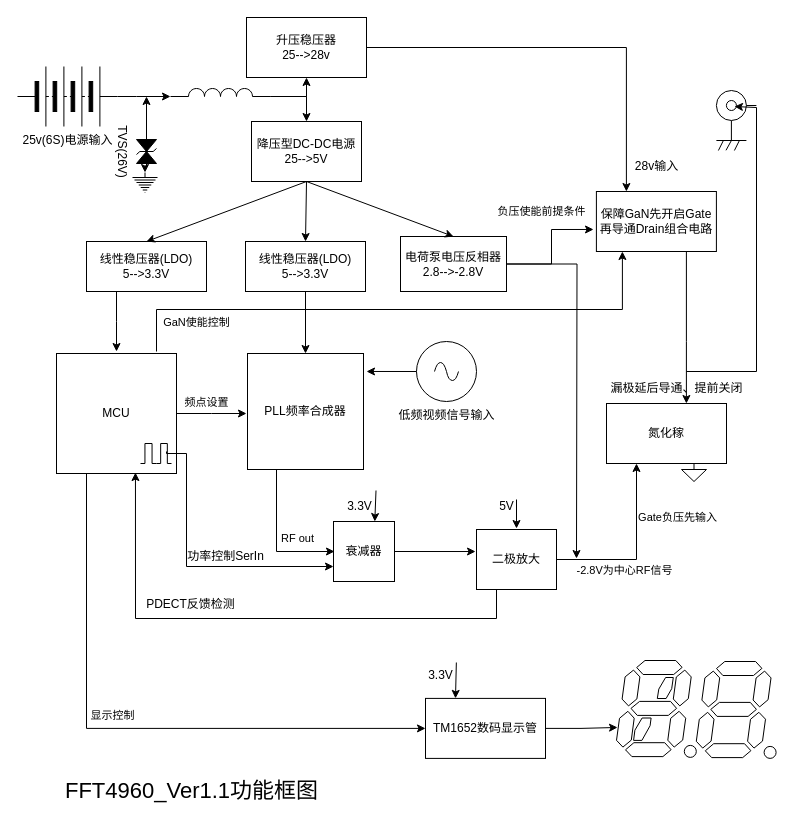
The draw.io diagram FFT4960_diagram.drawio in lizpcarl/solarBMS, before the edit. Source tidied: cells renumbered, new cells numbered last; positions are measured from the earlier drawing's top-left corner, leaving out a move shared by most shapes. Both pictures are drawn from the tidied source at 100%, with x=0, y=0 at pixel (17, 17).
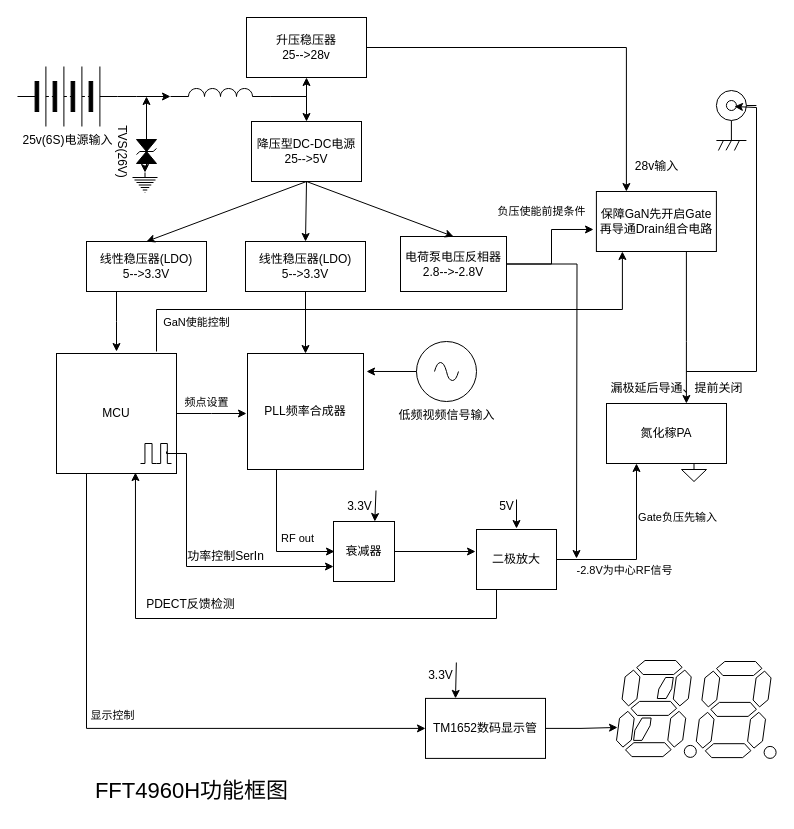
The same diagram, later.

Change to the diagram source:
```diff
@@
-    <mxCell id="28" value="氮化稼" style="rounded=0;whiteSpace=wrap;html=1;" parent="1" vertex="1">
+    <mxCell id="28" value="氮化稼PA" style="rounded=0;whiteSpace=wrap;html=1;" parent="1" vertex="1">
       <mxGeometry x="589" y="386" width="120" height="60" as="geometry" />
     </mxCell>
@@
-    <mxCell id="67" value="&lt;font style=&quot;font-size: 22px;&quot;&gt;FFT4960_Ver1.1功能框图&lt;/font&gt;" style="text;html=1;align=center;verticalAlign=middle;strokeColor=none;fillColor=none;" parent="1" vertex="1">
-      <mxGeometry x="34" y="754" width="280" height="40" as="geometry" />
+    <mxCell id="67" value="&lt;font style=&quot;font-size: 22px;&quot;&gt;FFT4960H功能框图&lt;/font&gt;" style="text;html=1;align=center;verticalAlign=middle;strokeColor=none;fillColor=none;" parent="1" vertex="1">
+      <mxGeometry x="64" y="754" width="220" height="40" as="geometry" />
     </mxCell>
```
